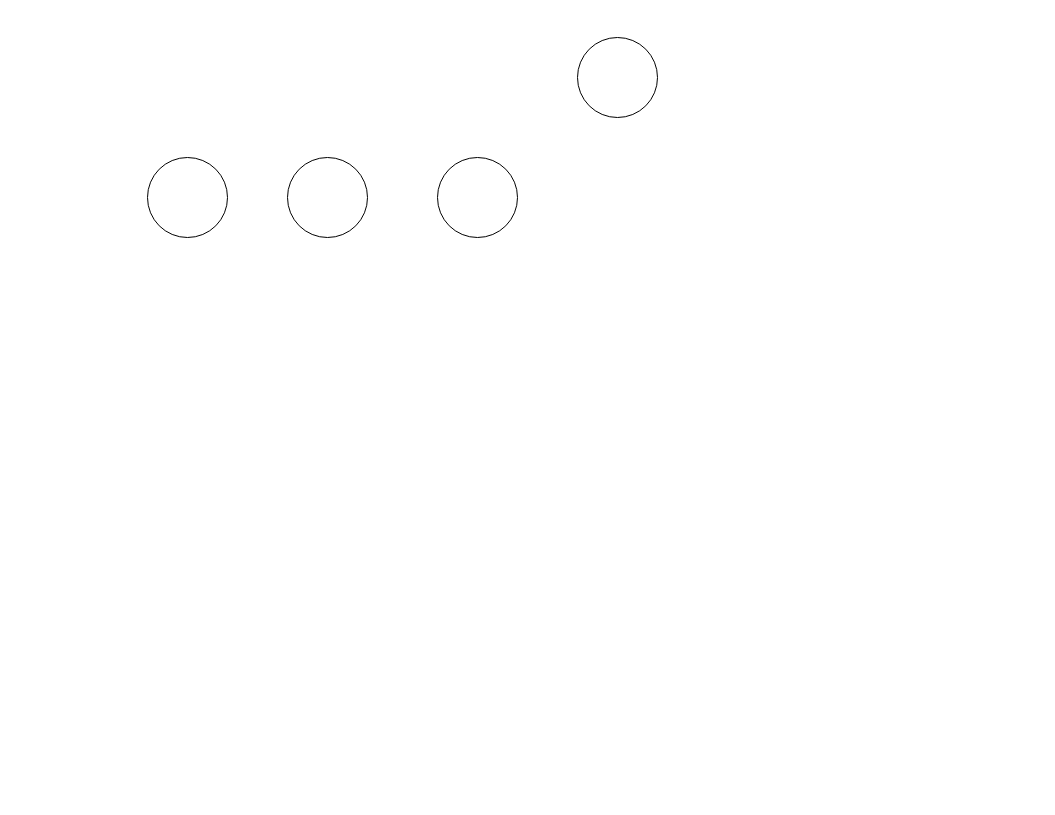
This is page "페이지-2" (2 of 2) of usecase.drawio from kj-git-practice/git-practice, a draw.io file, before an edit. Source tidied: cells renumbered, new cells numbered last; positions are measured from the earlier drawing's top-left corner, leaving out a move shared by most shapes. Both pictures are drawn from the tidied source at 100%, with x=0, y=0 at pixel (147, 37).
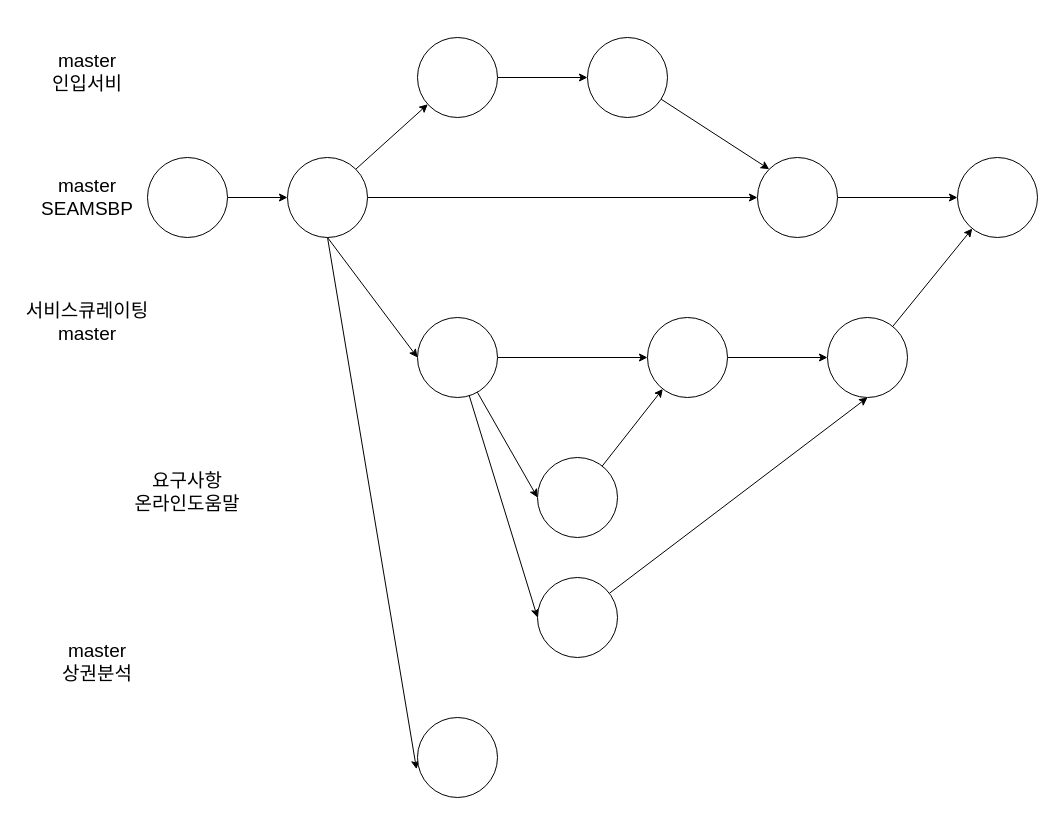
After the change.

Commit message (it also covers changes not shown here):
지시한 사항에 대해서 다시 커밋

The change refers to these unchanged cells:
```xml
<mxCell id="2" style="ellipse;whiteSpace=wrap;html=1;" parent="1" vertex="1">
  <mxGeometry y="120" width="80" height="80" as="geometry" />
</mxCell>
<mxCell id="3" style="ellipse;whiteSpace=wrap;html=1;" parent="1" vertex="1">
  <mxGeometry x="140" y="120" width="80" height="80" as="geometry" />
</mxCell>
```

Diff of the diagram source:
```diff
@@
+    <mxCell id="6" style="edgeStyle=none;html=1;exitX=1;exitY=0.5;exitDx=0;exitDy=0;" parent="1" edge="1" source="2" target="3">
+      <mxGeometry relative="1" as="geometry" />
+    </mxCell>
@@
+    <mxCell id="7" style="edgeStyle=none;html=1;exitX=1;exitY=0.5;exitDx=0;exitDy=0;entryX=0;entryY=0.5;entryDx=0;entryDy=0;" parent="1" edge="1" source="3" target="34">
+      <mxGeometry relative="1" as="geometry" />
+    </mxCell>
+    <mxCell id="8" style="edgeStyle=none;html=1;exitX=1;exitY=0;exitDx=0;exitDy=0;" parent="1" edge="1" source="3" target="5">
+      <mxGeometry relative="1" as="geometry" />
+    </mxCell>
+    <mxCell id="9" style="edgeStyle=none;html=1;exitX=0.5;exitY=1;exitDx=0;exitDy=0;entryX=0;entryY=0.5;entryDx=0;entryDy=0;fontSize=19;" parent="1" edge="1" source="3" target="22">
+      <mxGeometry relative="1" as="geometry" />
+    </mxCell>
+    <mxCell id="10" style="edgeStyle=none;html=1;exitX=0.5;exitY=1;exitDx=0;exitDy=0;entryX=-0.012;entryY=0.646;entryDx=0;entryDy=0;entryPerimeter=0;fontSize=19;" parent="1" edge="1" source="3" target="23">
+      <mxGeometry relative="1" as="geometry" />
+    </mxCell>
@@
-    <mxCell id="4" style="ellipse;whiteSpace=wrap;html=1;" parent="1" vertex="1">
-      <mxGeometry x="290" y="120" width="80" height="80" as="geometry" />
-    </mxCell>
+    <mxCell id="11" style="edgeStyle=none;html=1;" parent="1" edge="1" source="5" target="14">
+      <mxGeometry relative="1" as="geometry" />
+    </mxCell>
     <mxCell id="5" style="ellipse;whiteSpace=wrap;html=1;" parent="1" vertex="1">
-      <mxGeometry x="430" width="80" height="80" as="geometry" />
+      <mxGeometry x="270" width="80" height="80" as="geometry" />
     </mxCell>
+    <mxCell id="12" style="ellipse;whiteSpace=wrap;html=1;" parent="1" vertex="1">
+      <mxGeometry x="810" y="120" width="80" height="80" as="geometry" />
+    </mxCell>
+    <mxCell id="13" style="edgeStyle=none;html=1;entryX=0;entryY=0;entryDx=0;entryDy=0;fontSize=19;" parent="1" edge="1" source="14" target="34">
+      <mxGeometry relative="1" as="geometry" />
+    </mxCell>
+    <mxCell id="14" style="ellipse;whiteSpace=wrap;html=1;" parent="1" vertex="1">
+      <mxGeometry x="440" width="80" height="80" as="geometry" />
+    </mxCell>
+    <mxCell id="15" value="master&lt;br&gt;SEAMSBP" style="text;html=1;strokeColor=none;fillColor=none;align=center;verticalAlign=middle;whiteSpace=wrap;rounded=0;fontSize=19;" parent="1" vertex="1">
+      <mxGeometry x="-130" y="105" width="140" height="110" as="geometry" />
+    </mxCell>
+    <mxCell id="16" value="master&lt;br&gt;인입서비" style="text;html=1;strokeColor=none;fillColor=none;align=center;verticalAlign=middle;whiteSpace=wrap;rounded=0;fontSize=19;" parent="1" vertex="1">
+      <mxGeometry x="-130" y="-20" width="140" height="110" as="geometry" />
+    </mxCell>
+    <mxCell id="17" value="서비스큐레이팅&lt;br&gt;master" style="text;html=1;strokeColor=none;fillColor=none;align=center;verticalAlign=middle;whiteSpace=wrap;rounded=0;fontSize=19;" parent="1" vertex="1">
+      <mxGeometry x="-130" y="230" width="140" height="110" as="geometry" />
+    </mxCell>
+    <mxCell id="18" value="master&lt;br&gt;상권분석" style="text;html=1;strokeColor=none;fillColor=none;align=center;verticalAlign=middle;whiteSpace=wrap;rounded=0;fontSize=19;" parent="1" vertex="1">
+      <mxGeometry x="-120" y="570" width="140" height="110" as="geometry" />
+    </mxCell>
+    <mxCell id="19" style="edgeStyle=none;html=1;fontSize=19;entryX=0;entryY=0.5;entryDx=0;entryDy=0;" parent="1" edge="1" source="22" target="25">
+      <mxGeometry relative="1" as="geometry" />
+    </mxCell>
+    <mxCell id="20" style="edgeStyle=none;html=1;entryX=0;entryY=0.5;entryDx=0;entryDy=0;fontSize=19;" parent="1" edge="1" source="22" target="27">
+      <mxGeometry relative="1" as="geometry" />
+    </mxCell>
+    <mxCell id="21" style="edgeStyle=none;html=1;entryX=0;entryY=0.5;entryDx=0;entryDy=0;fontSize=19;" parent="1" edge="1" source="22" target="30">
+      <mxGeometry relative="1" as="geometry" />
+    </mxCell>
+    <mxCell id="22" style="ellipse;whiteSpace=wrap;html=1;" parent="1" vertex="1">
+      <mxGeometry x="270" y="280" width="80" height="80" as="geometry" />
+    </mxCell>
+    <mxCell id="23" style="ellipse;whiteSpace=wrap;html=1;" parent="1" vertex="1">
+      <mxGeometry x="270" y="680" width="80" height="80" as="geometry" />
+    </mxCell>
+    <mxCell id="24" style="edgeStyle=none;html=1;fontSize=19;" parent="1" edge="1" source="25" target="27">
+      <mxGeometry relative="1" as="geometry" />
+    </mxCell>
+    <mxCell id="25" style="ellipse;whiteSpace=wrap;html=1;" parent="1" vertex="1">
+      <mxGeometry x="390" y="420" width="80" height="80" as="geometry" />
+    </mxCell>
+    <mxCell id="26" style="edgeStyle=none;html=1;entryX=0;entryY=0.5;entryDx=0;entryDy=0;fontSize=19;" parent="1" edge="1" source="27" target="32">
+      <mxGeometry relative="1" as="geometry" />
+    </mxCell>
+    <mxCell id="27" style="ellipse;whiteSpace=wrap;html=1;" parent="1" vertex="1">
+      <mxGeometry x="500" y="280" width="80" height="80" as="geometry" />
+    </mxCell>
+    <mxCell id="28" value="요구사항&lt;br&gt;온라인도움말" style="text;html=1;strokeColor=none;fillColor=none;align=center;verticalAlign=middle;whiteSpace=wrap;rounded=0;fontSize=19;" parent="1" vertex="1">
+      <mxGeometry x="-30" y="400" width="140" height="110" as="geometry" />
+    </mxCell>
+    <mxCell id="29" style="edgeStyle=none;html=1;entryX=0.5;entryY=1;entryDx=0;entryDy=0;fontSize=19;" parent="1" edge="1" source="30" target="32">
+      <mxGeometry relative="1" as="geometry" />
+    </mxCell>
+    <mxCell id="30" style="ellipse;whiteSpace=wrap;html=1;" parent="1" vertex="1">
+      <mxGeometry x="390" y="540" width="80" height="80" as="geometry" />
+    </mxCell>
+    <mxCell id="31" style="edgeStyle=none;html=1;fontSize=19;" parent="1" edge="1" source="32" target="12">
+      <mxGeometry relative="1" as="geometry" />
+    </mxCell>
+    <mxCell id="32" style="ellipse;whiteSpace=wrap;html=1;" parent="1" vertex="1">
+      <mxGeometry x="680" y="280" width="80" height="80" as="geometry" />
+    </mxCell>
+    <mxCell id="33" style="edgeStyle=none;html=1;fontSize=19;" parent="1" edge="1" source="34" target="12">
+      <mxGeometry relative="1" as="geometry" />
+    </mxCell>
+    <mxCell id="34" style="ellipse;whiteSpace=wrap;html=1;" parent="1" vertex="1">
+      <mxGeometry x="610" y="120" width="80" height="80" as="geometry" />
+    </mxCell>
```
